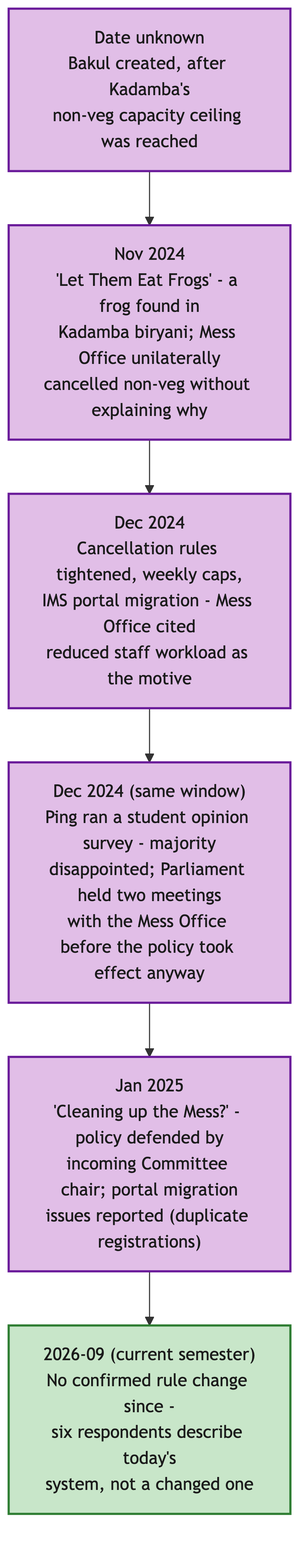
Earlier version of the Mermaid export deliverables/phase-1/assets/diagram9-provisional-timeline.png (sricharanperi/breakfast-paradox-systems-thinking). Its source is kept beside it as deliverables/phase-1/assets/diagram9-provisional-timeline.mmd.
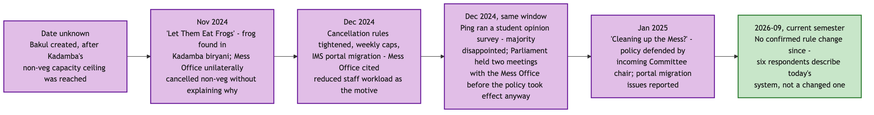
The same file after the commit.

The edit, as a diff of the source:
```diff
@@ -1,9 +1,9 @@
-flowchart TB
-    T1["Date unknown\nBakul created, after Kadamba's\nnon-veg capacity ceiling was reached"] --> T2["Nov 2024\n'Let Them Eat Frogs' - a frog found in\nKadamba biryani; Mess Office unilaterally\ncancelled non-veg without explaining why"]
+flowchart LR
+    T1["Date unknown\nBakul created, after Kadamba's\nnon-veg capacity ceiling was reached"] --> T2["Nov 2024\n'Let Them Eat Frogs' - frog found in\nKadamba biryani; Mess Office unilaterally\ncancelled non-veg without explaining why"]
     T2 --> T3["Dec 2024\nCancellation rules tightened, weekly caps,\nIMS portal migration - Mess Office cited\nreduced staff workload as the motive"]
-    T3 --> T4["Dec 2024 (same window)\nPing ran a student opinion survey - majority\ndisappointed; Parliament held two meetings\nwith the Mess Office before the policy took effect anyway"]
-    T4 --> T5["Jan 2025\n'Cleaning up the Mess?' - policy defended by\nincoming Committee chair; portal migration\nissues reported (duplicate registrations)"]
-    T5 --> T6["2026-09 (current semester)\nNo confirmed rule change since -\nsix respondents describe today's\nsystem, not a changed one"]
+    T3 --> T4["Dec 2024, same window\nPing ran a student opinion survey - majority\ndisappointed; Parliament held two meetings\nwith the Mess Office before the policy took effect anyway"]
+    T4 --> T5["Jan 2025\n'Cleaning up the Mess?' - policy defended by\nincoming Committee chair; portal migration\nissues reported"]
+    T5 --> T6["2026-09, current semester\nNo confirmed rule change since -\nsix respondents describe today's\nsystem, not a changed one"]
 
     classDef pastEvent fill:#e1bee7,stroke:#6a1b9a,stroke-width:2px,color:#1b1b1b
     classDef current fill:#c8e6c9,stroke:#2e7d32,stroke-width:2px,color:#1b1b1b
```
